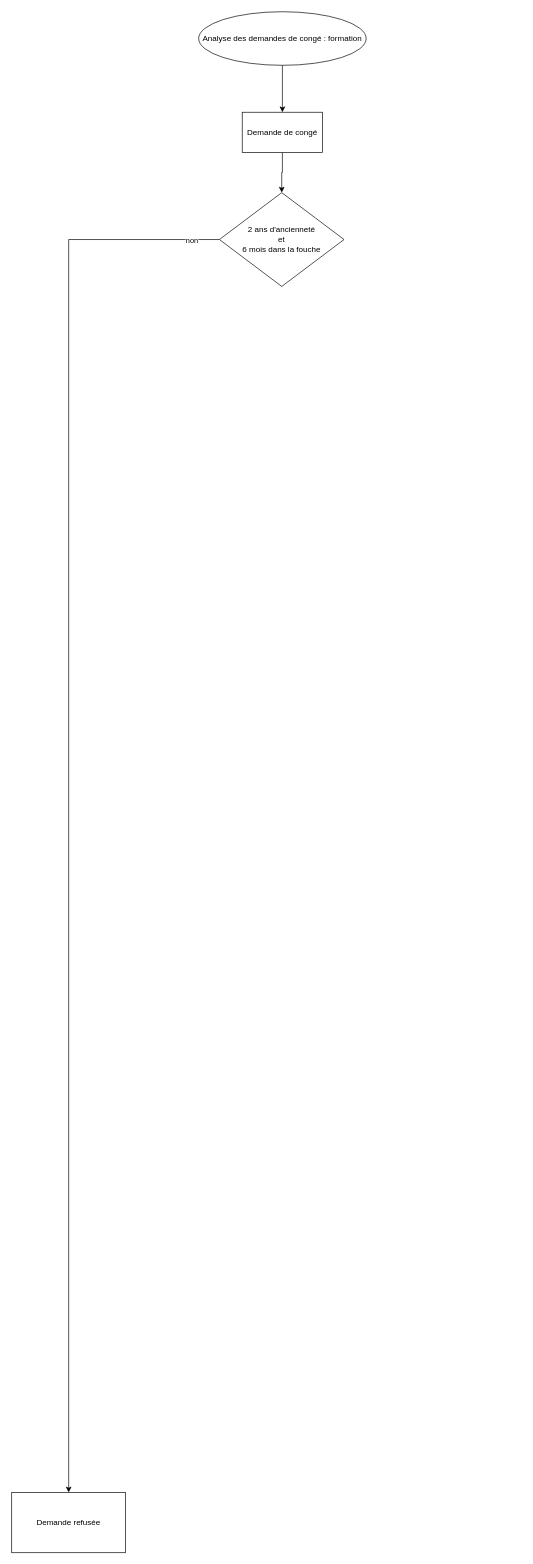
The draw.io diagram R2_10b.drawio in Nereoll/draw.io, before the edit. Source tidied: cells renumbered, new cells numbered last; positions are measured from the earlier drawing's top-left corner, leaving out a move shared by most shapes. Both pictures are drawn from the tidied source at 67%, with x=0, y=0 at pixel (11, 11).
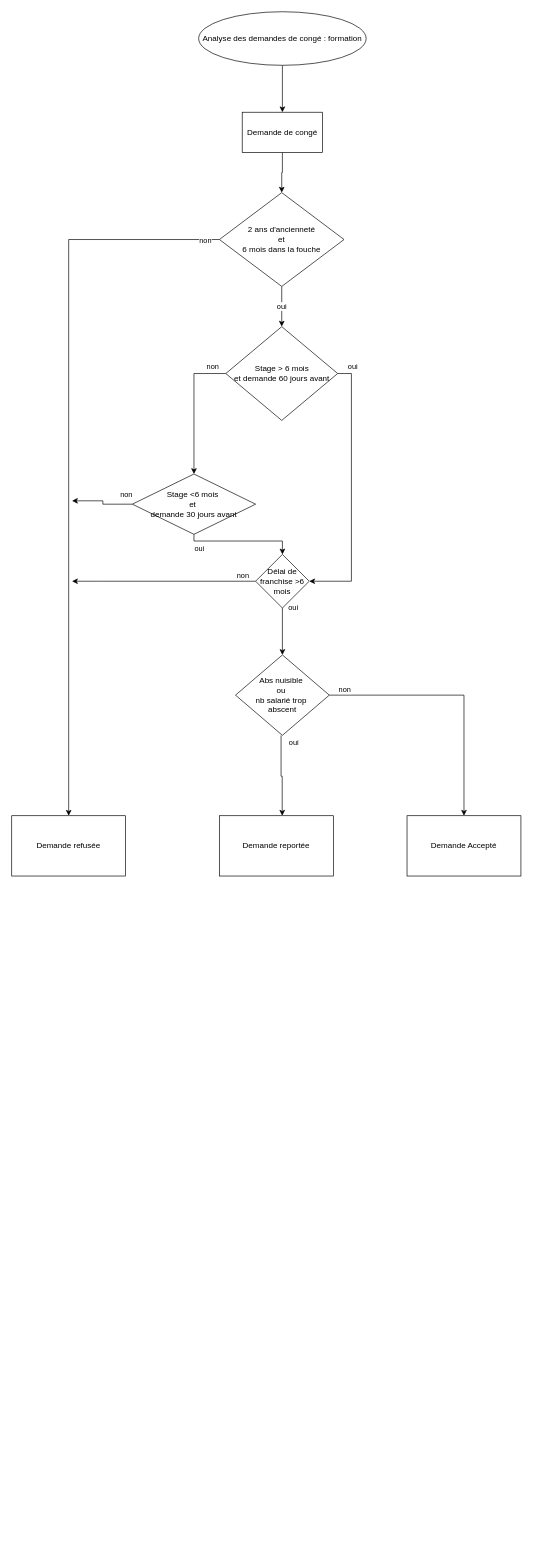
Above is the later version.

Commit message (it also covers changes not shown here):
Mettre à jour R2_10b.drawio

Unchanged cells that the change refers to:
```xml
<mxCell id="8" value="&lt;div&gt;2 ans d'ancienneté&lt;/div&gt;&lt;div&gt;et&lt;/div&gt;&lt;div&gt;6 mois dans la fouche&lt;br&gt;&lt;/div&gt;" style="rhombus;whiteSpace=wrap;html=1;" parent="1" vertex="1">
  <mxGeometry x="310" y="270" width="186" height="140" as="geometry" />
</mxCell>
```

Diff of the diagram source:
```diff
@@
+    <mxCell id="10" value="oui" style="edgeStyle=orthogonalEdgeStyle;rounded=0;jettySize=auto;html=1;exitX=0.5;exitY=1;exitDx=0;exitDy=0;entryX=0.5;entryY=0;entryDx=0;entryDy=0;" parent="1" edge="1" source="8" target="14">
+      <mxGeometry relative="1" as="geometry" />
+    </mxCell>
@@
     <mxCell id="9" value="Demande refusée" style="rounded=0;whiteSpace=wrap;html=1;" parent="1" vertex="1">
-      <mxGeometry y="2210" width="170" height="90" as="geometry" />
+      <mxGeometry y="1200" width="170" height="90" as="geometry" />
     </mxCell>
+    <mxCell id="11" value="non" style="edgeStyle=orthogonalEdgeStyle;rounded=0;jettySize=auto;html=1;exitX=0;exitY=0.5;exitDx=0;exitDy=0;entryX=0.5;entryY=0;entryDx=0;entryDy=0;" parent="1" edge="1" source="14" target="19">
+      <mxGeometry x="-0.8" y="-10" relative="1" as="geometry" />
+    </mxCell>
+    <mxCell id="12" style="edgeStyle=orthogonalEdgeStyle;rounded=0;jettySize=auto;html=1;entryX=1;entryY=0.5;entryDx=0;entryDy=0;exitX=1;exitY=0.5;exitDx=0;exitDy=0;" parent="1" edge="1" source="14" target="23">
+      <mxGeometry relative="1" as="geometry">
+        <Array as="points">
+          <mxPoint x="507" y="540" />
+          <mxPoint x="507" y="850" />
+        </Array>
+      </mxGeometry>
+    </mxCell>
+    <mxCell id="13" value="oui" style="edgeLabel;html=1;align=center;verticalAlign=middle;" parent="12" vertex="1">
+      <mxGeometry x="-0.2" y="1" relative="1" as="geometry">
+        <mxPoint y="-147" as="offset" />
+      </mxGeometry>
+    </mxCell>
+    <mxCell id="14" value="&lt;div&gt;Stage &amp;gt; 6 mois&lt;/div&gt;&lt;div&gt;et demande 60 jours avant&lt;br&gt;&lt;/div&gt;" style="rhombus;whiteSpace=wrap;html=1;" parent="1" vertex="1">
+      <mxGeometry x="319.5" y="470" width="167" height="140" as="geometry" />
+    </mxCell>
+    <mxCell id="15" style="edgeStyle=orthogonalEdgeStyle;rounded=0;jettySize=auto;html=1;" parent="1" edge="1" source="19">
+      <mxGeometry relative="1" as="geometry">
+        <mxPoint x="90" y="730" as="targetPoint" />
+        <Array as="points">
+          <mxPoint x="136" y="735" />
+          <mxPoint x="136" y="730" />
+        </Array>
+      </mxGeometry>
+    </mxCell>
+    <mxCell id="16" value="non" style="edgeLabel;html=1;align=center;verticalAlign=middle;" parent="15" vertex="1">
+      <mxGeometry x="-0.2" y="3" relative="1" as="geometry">
+        <mxPoint x="28" y="-18" as="offset" />
+      </mxGeometry>
+    </mxCell>
+    <mxCell id="17" style="edgeStyle=orthogonalEdgeStyle;rounded=0;jettySize=auto;html=1;entryX=0.5;entryY=0;entryDx=0;entryDy=0;" parent="1" edge="1" source="19" target="23">
+      <mxGeometry relative="1" as="geometry">
+        <Array as="points">
+          <mxPoint x="272" y="790" />
+          <mxPoint x="404" y="790" />
+        </Array>
+      </mxGeometry>
+    </mxCell>
+    <mxCell id="18" value="oui" style="edgeLabel;html=1;align=center;verticalAlign=middle;" parent="17" vertex="1">
+      <mxGeometry x="0.22" relative="1" as="geometry">
+        <mxPoint x="-82" y="10" as="offset" />
+      </mxGeometry>
+    </mxCell>
+    <mxCell id="19" value="&lt;div&gt;Stage &amp;lt;6 mois&amp;nbsp;&lt;/div&gt;&lt;div&gt;et&amp;nbsp;&lt;/div&gt;&lt;div&gt;demande 30 jours avant&lt;/div&gt;" style="rhombus;whiteSpace=wrap;html=1;" parent="1" vertex="1">
+      <mxGeometry x="180" y="690" width="184" height="90" as="geometry" />
+    </mxCell>
+    <mxCell id="20" style="edgeStyle=orthogonalEdgeStyle;rounded=0;jettySize=auto;html=1;exitX=0;exitY=0.5;exitDx=0;exitDy=0;" parent="1" edge="1" source="23">
+      <mxGeometry relative="1" as="geometry">
+        <mxPoint x="90" y="850" as="targetPoint" />
+        <Array as="points">
+          <mxPoint x="130" y="850" />
+        </Array>
+      </mxGeometry>
+    </mxCell>
+    <mxCell id="21" value="non" style="edgeLabel;html=1;align=center;verticalAlign=middle;" parent="20" vertex="1">
+      <mxGeometry x="-0.08" y="-1" relative="1" as="geometry">
+        <mxPoint x="106" y="-9" as="offset" />
+      </mxGeometry>
+    </mxCell>
+    <mxCell id="22" value="oui" style="edgeStyle=orthogonalEdgeStyle;rounded=0;jettySize=auto;html=1;" parent="1" edge="1" source="23" target="26">
+      <mxGeometry x="-1" y="16" relative="1" as="geometry" />
+    </mxCell>
+    <mxCell id="23" value="Délai de franchise &amp;gt;6 mois" style="rhombus;whiteSpace=wrap;html=1;" parent="1" vertex="1">
+      <mxGeometry x="364" y="810" width="80" height="80" as="geometry" />
+    </mxCell>
+    <mxCell id="24" style="edgeStyle=orthogonalEdgeStyle;rounded=0;jettySize=auto;html=1;entryX=0.5;entryY=0;entryDx=0;entryDy=0;" parent="1" edge="1" source="26" target="27">
+      <mxGeometry relative="1" as="geometry" />
+    </mxCell>
+    <mxCell id="25" value="non" style="edgeLabel;html=1;align=center;verticalAlign=middle;" parent="24" vertex="1">
+      <mxGeometry x="0.54" y="1" relative="1" as="geometry">
+        <mxPoint x="-180" y="-101" as="offset" />
+      </mxGeometry>
+    </mxCell>
+    <mxCell id="26" value="&lt;div&gt;Abs nuisible&amp;nbsp;&lt;/div&gt;&lt;div&gt;ou&amp;nbsp;&lt;/div&gt;&lt;div&gt;nb salarié trop&amp;nbsp;&lt;/div&gt;&lt;div&gt;abscent&lt;/div&gt;" style="rhombus;whiteSpace=wrap;html=1;" parent="1" vertex="1">
+      <mxGeometry x="334" y="960" width="140" height="120" as="geometry" />
+    </mxCell>
+    <mxCell id="27" value="Demande Accepté" style="rounded=0;whiteSpace=wrap;html=1;" parent="1" vertex="1">
+      <mxGeometry x="590" y="1200" width="170" height="90" as="geometry" />
+    </mxCell>
+    <mxCell id="28" value="Demande reportée" style="rounded=0;whiteSpace=wrap;html=1;" parent="1" vertex="1">
+      <mxGeometry x="310" y="1200" width="170" height="90" as="geometry" />
+    </mxCell>
+    <mxCell id="29" style="edgeStyle=orthogonalEdgeStyle;rounded=0;orthogonalLoop=1;jettySize=auto;html=1;entryX=0.563;entryY=-0.002;entryDx=0;entryDy=0;entryPerimeter=0;" parent="1" edge="1">
+      <mxGeometry relative="1" as="geometry">
+        <mxPoint x="402" y="1080.2" as="sourcePoint" />
+        <mxPoint x="403.7" y="1200" as="targetPoint" />
+        <Array as="points">
+          <mxPoint x="402" y="1141" />
+          <mxPoint x="404" y="1141" />
+        </Array>
+      </mxGeometry>
+    </mxCell>
+    <mxCell id="30" value="oui" style="edgeLabel;html=1;align=center;verticalAlign=middle;" parent="29" vertex="1">
+      <mxGeometry x="-0.26" y="3" relative="1" as="geometry">
+        <mxPoint x="15" y="-35" as="offset" />
+      </mxGeometry>
+    </mxCell>
```
